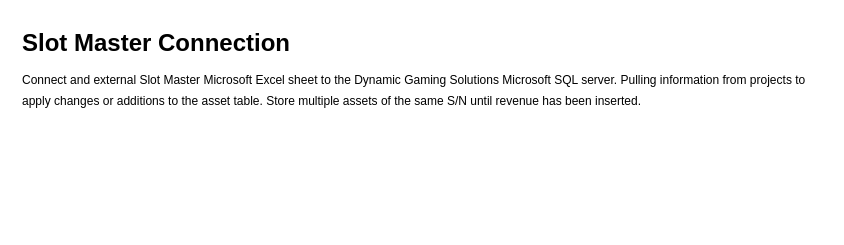
This is Untitled Diagram.drawio from pcollins425/learning, a draw.io file, before an edit. Source tidied: cells renumbered, new cells numbered last; positions are measured from the earlier drawing's top-left corner, leaving out a move shared by most shapes. Both pictures are drawn from the tidied source at 100%, with x=0, y=0 at pixel (17, 27).
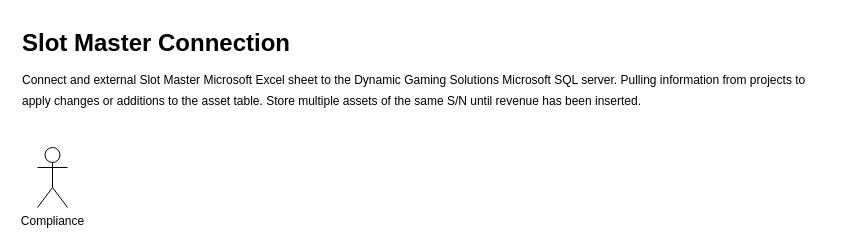
The same page after the edit.

The edit, as a diff of the source:
```diff
@@
 <mxGraphModel>
   <root>
     <mxCell id="0" />
     <mxCell id="1" parent="0" />
     <mxCell id="2" value="&lt;h1 style=&quot;line-height: 80%;&quot;&gt;&lt;span style=&quot;background-color: initial;&quot;&gt;Slot Master Connection&lt;/span&gt;&lt;/h1&gt;&lt;h1 style=&quot;line-height: 70%;&quot;&gt;&lt;span style=&quot;font-weight: 400;&quot;&gt;&lt;font style=&quot;font-size: 12px;&quot;&gt;Connect and external Slot Master Microsoft Excel sheet to the Dynamic Gaming Solutions Microsoft SQL server. Pulling information from projects to apply changes or additions to the asset table. Store multiple assets of the same S/N until revenue has been inserted.&amp;nbsp;&lt;/font&gt;&lt;/span&gt;&lt;/h1&gt;" style="text;html=1;strokeColor=none;fillColor=none;spacing=5;spacingTop=-20;whiteSpace=wrap;overflow=hidden;rounded=0;" parent="1" vertex="1">
       <mxGeometry width="810" height="120" as="geometry" />
     </mxCell>
+    <mxCell id="3" value="Compliance" style="shape=umlActor;verticalLabelPosition=bottom;verticalAlign=top;html=1;" parent="1" vertex="1">
+      <mxGeometry x="20" y="120" width="30" height="60" as="geometry" />
+    </mxCell>
   </root>
 </mxGraphModel>
```
